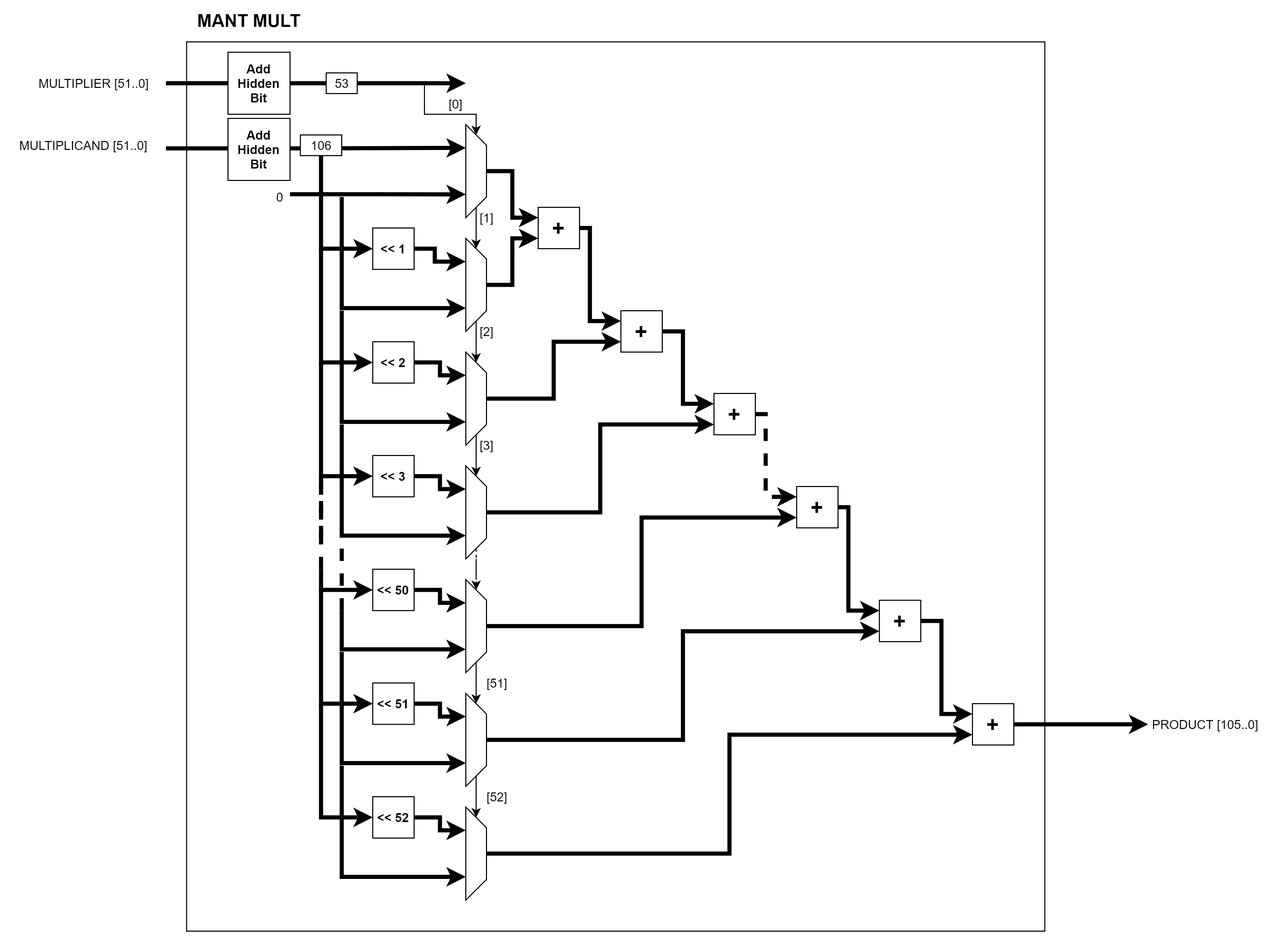
Before: Diagrams/PNG_Format/FP_Unit/Floating-point-Mant_Multiplier.drawio.png, a diagram exported from draw.io (hohaicongthuan/Project-2). Source tidied: cells renumbered, new cells last; positions are measured from the earlier drawing's top-left corner, leaving out a move shared by most shapes.
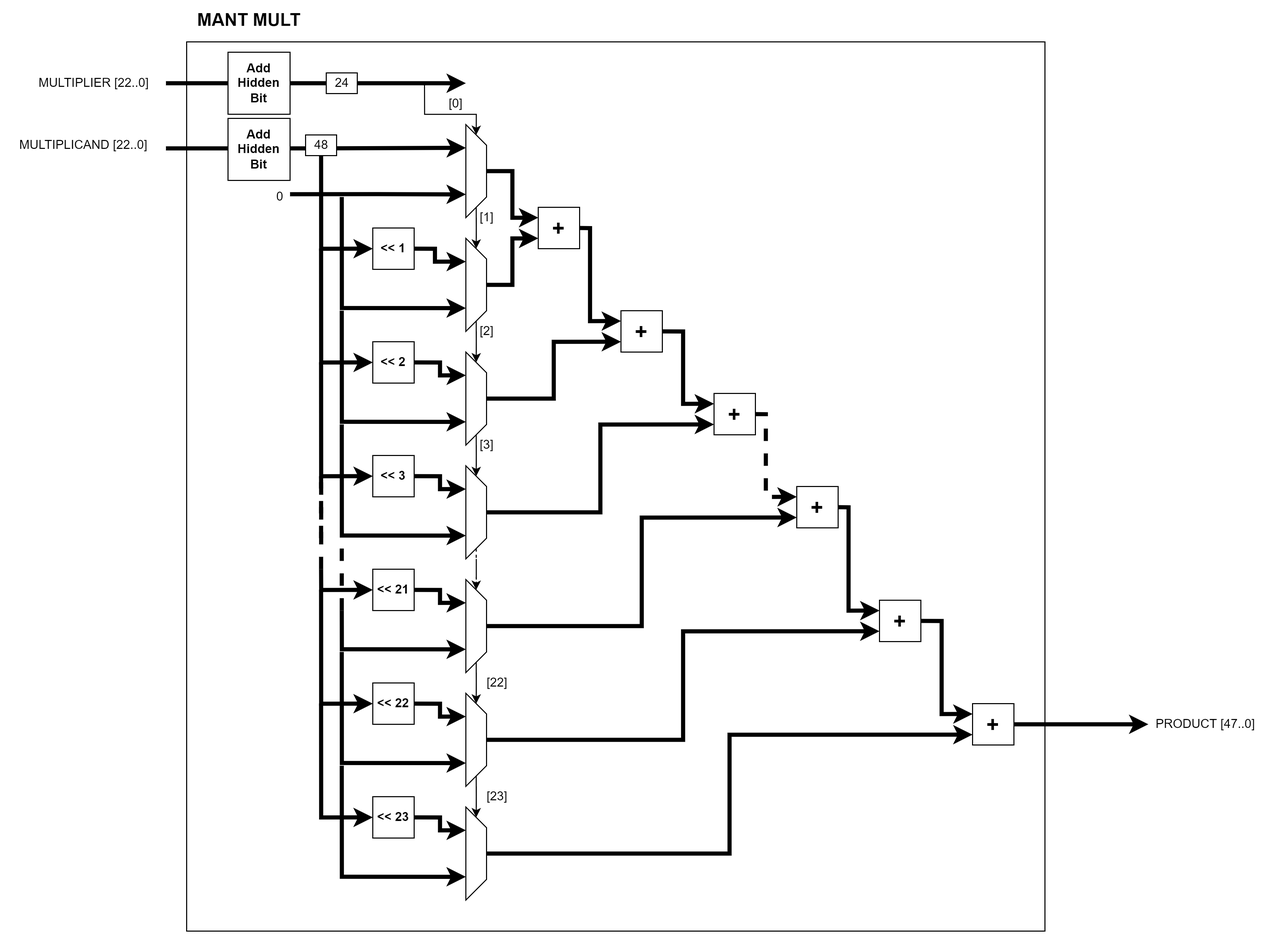
After the commit.

Change to the diagram source:
```diff
@@ -52,7 +52,7 @@
     <mxCell id="11" style="shape=trapezoid;perimeter=trapezoidPerimeter;whiteSpace=wrap;html=1;fixedSize=1;fillColor=#FFFFFF;direction=south;" parent="1" vertex="1">
       <mxGeometry x="440" y="110" width="20" height="90" as="geometry" />
     </mxCell>
-    <mxCell id="12" value="MULTIPLICAND [51..0]" style="text;html=1;align=center;verticalAlign=middle;strokeColor=none;fillColor=none;" parent="1" vertex="1">
+    <mxCell id="12" value="MULTIPLICAND [22..0]" style="text;html=1;align=center;verticalAlign=middle;strokeColor=none;fillColor=none;" parent="1" vertex="1">
       <mxGeometry y="120" width="140" height="20" as="geometry" />
     </mxCell>
     <mxCell id="13" value="0" style="text;html=1;align=center;verticalAlign=middle;strokeColor=none;fillColor=none;" parent="1" vertex="1">
@@ -198,7 +198,7 @@
         </Array>
       </mxGeometry>
     </mxCell>
-    <mxCell id="44" value="&lt;b&gt;&amp;lt;&amp;lt; 50&lt;/b&gt;" style="rounded=0;whiteSpace=wrap;html=1;fillColor=#FFFFFF;" parent="1" vertex="1">
+    <mxCell id="44" value="&lt;b&gt;&amp;lt;&amp;lt; 21&lt;/b&gt;" style="rounded=0;whiteSpace=wrap;html=1;fillColor=#FFFFFF;" parent="1" vertex="1">
       <mxGeometry x="350" y="540" width="40" height="40" as="geometry" />
     </mxCell>
     <mxCell id="45" style="edgeStyle=orthogonalEdgeStyle;rounded=0;jettySize=auto;html=1;exitX=1;exitY=0.5;exitDx=0;exitDy=0;entryX=0;entryY=0.25;entryDx=0;entryDy=0;strokeWidth=4;" parent="1" edge="1" source="46" target="55">
@@ -240,7 +240,7 @@
         </Array>
       </mxGeometry>
     </mxCell>
-    <mxCell id="53" value="&lt;b&gt;&amp;lt;&amp;lt; 51&lt;/b&gt;" style="rounded=0;whiteSpace=wrap;html=1;fillColor=#FFFFFF;" parent="1" vertex="1">
+    <mxCell id="53" value="&lt;b&gt;&amp;lt;&amp;lt; 22&lt;/b&gt;" style="rounded=0;whiteSpace=wrap;html=1;fillColor=#FFFFFF;" parent="1" vertex="1">
       <mxGeometry x="350" y="650" width="40" height="40" as="geometry" />
     </mxCell>
     <mxCell id="54" style="edgeStyle=orthogonalEdgeStyle;rounded=0;jettySize=auto;html=1;exitX=1;exitY=0.5;exitDx=0;exitDy=0;entryX=0;entryY=0.25;entryDx=0;entryDy=0;strokeWidth=4;" parent="1" edge="1" source="55" target="63">
@@ -265,7 +265,7 @@
         </Array>
       </mxGeometry>
     </mxCell>
-    <mxCell id="58" value="&lt;b&gt;&amp;lt;&amp;lt; 52&lt;/b&gt;" style="rounded=0;whiteSpace=wrap;html=1;fillColor=#FFFFFF;" parent="1" vertex="1">
+    <mxCell id="58" value="&lt;b&gt;&amp;lt;&amp;lt; 23&lt;/b&gt;" style="rounded=0;whiteSpace=wrap;html=1;fillColor=#FFFFFF;" parent="1" vertex="1">
       <mxGeometry x="350" y="760" width="40" height="40" as="geometry" />
     </mxCell>
     <mxCell id="59" style="edgeStyle=orthogonalEdgeStyle;rounded=0;jettySize=auto;html=1;exitX=0.75;exitY=1;exitDx=0;exitDy=0;strokeWidth=4;entryX=0.75;entryY=1;entryDx=0;entryDy=0;" parent="1" edge="1" target="61">
@@ -312,15 +312,15 @@
         <mxPoint x="320" y="510" as="targetPoint" />
       </mxGeometry>
     </mxCell>
-    <mxCell id="67" value="PRODUCT [105..0]" style="text;html=1;align=center;verticalAlign=middle;strokeColor=none;fillColor=none;" parent="1" vertex="1">
-      <mxGeometry x="1095" y="680" width="120" height="20" as="geometry" />
+    <mxCell id="67" value="PRODUCT [47..0]" style="text;html=1;align=center;verticalAlign=middle;strokeColor=none;fillColor=none;" parent="1" vertex="1">
+      <mxGeometry x="1100" y="680" width="110" height="20" as="geometry" />
     </mxCell>
     <mxCell id="68" style="endArrow=classic;html=1;rounded=0;strokeWidth=4;edgeStyle=orthogonalEdgeStyle;startArrow=none;" parent="1" edge="1" source="77">
       <mxGeometry relative="1" as="geometry">
         <mxPoint x="440" y="70" as="targetPoint" />
       </mxGeometry>
     </mxCell>
-    <mxCell id="69" value="MULTIPLIER [51..0]" style="text;html=1;align=center;verticalAlign=middle;strokeColor=none;fillColor=none;" parent="1" vertex="1">
+    <mxCell id="69" value="MULTIPLIER [22..0]" style="text;html=1;align=center;verticalAlign=middle;strokeColor=none;fillColor=none;" parent="1" vertex="1">
       <mxGeometry x="20" y="60" width="120" height="20" as="geometry" />
     </mxCell>
     <mxCell id="70" value="[0]" style="text;html=1;align=center;verticalAlign=middle;strokeColor=none;fillColor=none;" parent="1" vertex="1">
@@ -335,10 +335,10 @@
     <mxCell id="73" value="[3]" style="text;html=1;align=center;verticalAlign=middle;strokeColor=none;fillColor=none;" parent="1" vertex="1">
       <mxGeometry x="445" y="410" width="30" height="20" as="geometry" />
     </mxCell>
-    <mxCell id="74" value="[51]" style="text;html=1;align=center;verticalAlign=middle;strokeColor=none;fillColor=none;" parent="1" vertex="1">
+    <mxCell id="74" value="[22]" style="text;html=1;align=center;verticalAlign=middle;strokeColor=none;fillColor=none;" parent="1" vertex="1">
       <mxGeometry x="450" y="640" width="40" height="20" as="geometry" />
     </mxCell>
-    <mxCell id="75" value="[52]" style="text;html=1;align=center;verticalAlign=middle;strokeColor=none;fillColor=none;" parent="1" vertex="1">
+    <mxCell id="75" value="[23]" style="text;html=1;align=center;verticalAlign=middle;strokeColor=none;fillColor=none;" parent="1" vertex="1">
       <mxGeometry x="450" y="750" width="40" height="20" as="geometry" />
     </mxCell>
     <mxCell id="76" value="&lt;font style=&quot;font-size: 17px&quot;&gt;&lt;b&gt;MANT MULT&lt;/b&gt;&lt;/font&gt;" style="text;html=1;align=center;verticalAlign=middle;strokeColor=none;fillColor=none;" parent="1" vertex="1">
@@ -355,11 +355,11 @@
     <mxCell id="79" value="&lt;b&gt;Add Hidden Bit&lt;/b&gt;" style="whiteSpace=wrap;html=1;fillColor=#FFFFFF;" parent="1" vertex="1">
       <mxGeometry x="210" y="104" width="60" height="60" as="geometry" />
     </mxCell>
-    <mxCell id="80" value="53" style="text;html=1;align=center;verticalAlign=middle;strokeColor=default;fillColor=default;" parent="1" vertex="1">
+    <mxCell id="80" value="24" style="text;html=1;align=center;verticalAlign=middle;strokeColor=default;fillColor=default;" parent="1" vertex="1">
       <mxGeometry x="305" y="60" width="30" height="20" as="geometry" />
     </mxCell>
-    <mxCell id="81" value="106" style="text;html=1;align=center;verticalAlign=middle;strokeColor=default;fillColor=default;" parent="1" vertex="1">
-      <mxGeometry x="280" y="120" width="40" height="20" as="geometry" />
+    <mxCell id="81" value="48" style="text;html=1;align=center;verticalAlign=middle;strokeColor=default;fillColor=default;" parent="1" vertex="1">
+      <mxGeometry x="285" y="120" width="30" height="20" as="geometry" />
     </mxCell>
   </root>
 </mxGraphModel>
```
